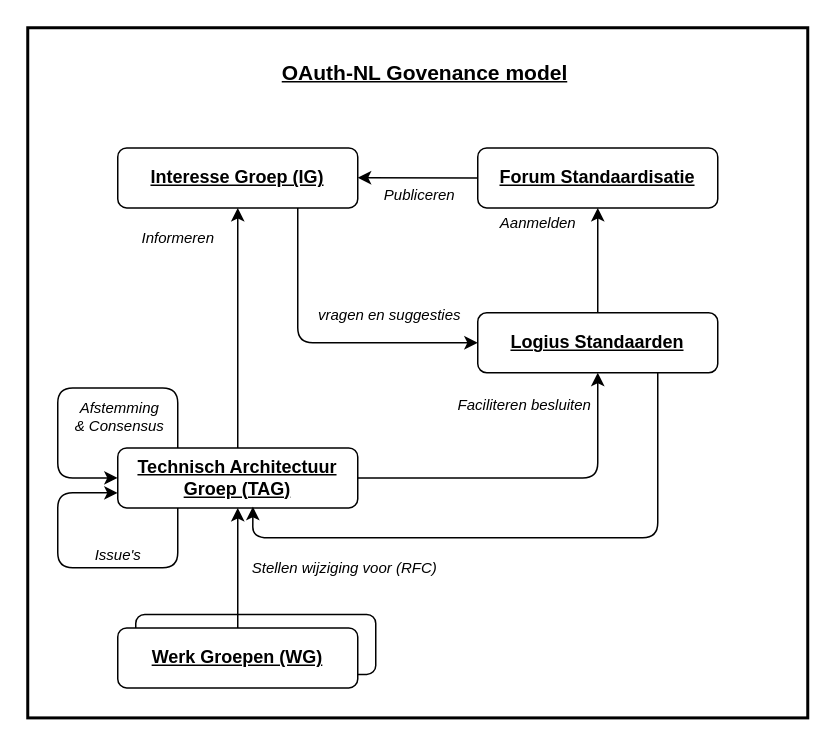
Earlier version of the draw.io diagram page "OAuth-NL Governance model" (1 of 2) of media/OAuth Governance.drawio (Logius-standaarden/OAuth-Beheermodel). Source tidied: cells renumbered, new cells numbered last; positions are measured from the earlier drawing's top-left corner, leaving out a move shared by most shapes. Both pictures are drawn from the tidied source at 150%, with x=0, y=0 at pixel (27, 27).
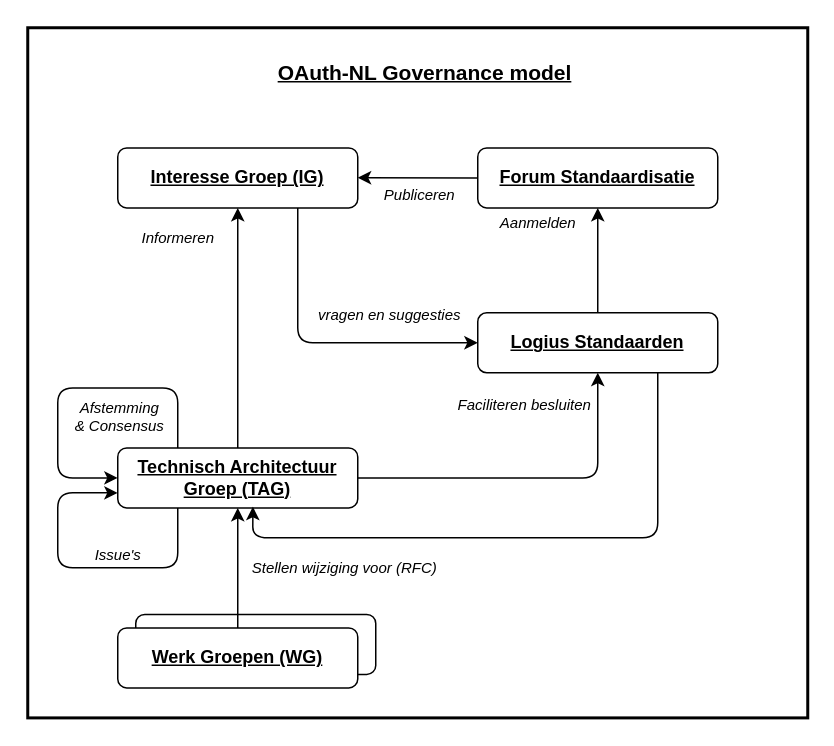
Above is the later version.

Commit message (it also covers changes not shown here):
Governance model bijgewerkt naar SVG modellen

Diff of the diagram source:
```diff
@@
-    <mxCell id="3" value="OAuth-NL Govenance model" style="text;html=1;strokeColor=none;fillColor=none;align=center;verticalAlign=middle;whiteSpace=wrap;rounded=0;fontSize=14;fontStyle=5;" parent="1" vertex="1">
+    <mxCell id="3" value="OAuth-NL Governance model" style="text;html=1;strokeColor=none;fillColor=none;align=center;verticalAlign=middle;whiteSpace=wrap;rounded=0;fontSize=14;fontStyle=5;" parent="1" vertex="1">
       <mxGeometry x="40" y="20.1" width="450" height="20" as="geometry" />
     </mxCell>
```
